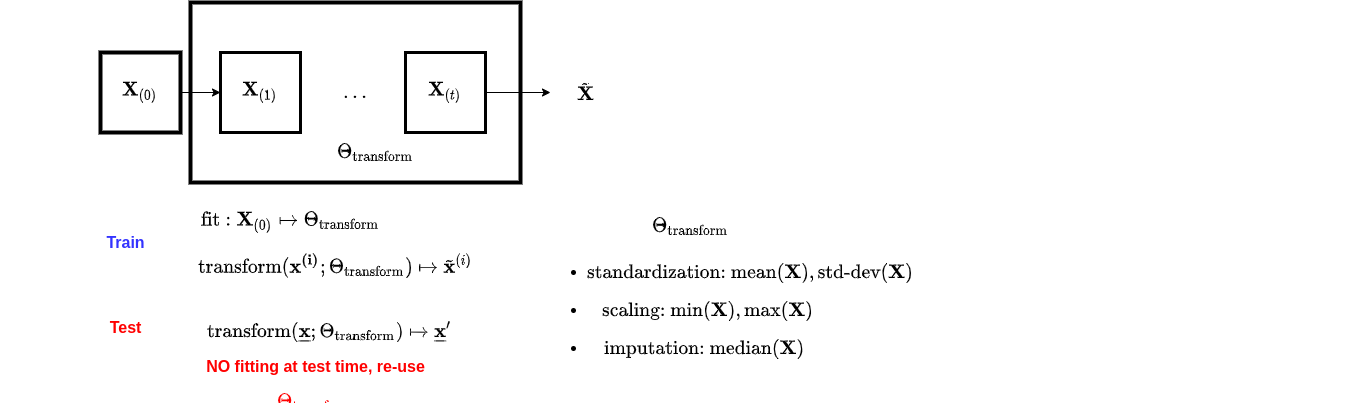
nyutandononline/MachineLearning_and_Finance_Teacher keeps this draw.io diagram as images/Feature_engineering_fit.png. Above is the earlier version. Source tidied: cells renumbered, new cells last; positions are measured from the earlier drawing's top-left corner, leaving out a move shared by most shapes. Source of this version:
```xml
<mxGraphModel math="1">
  <root>
    <mxCell id="0" />
    <mxCell id="1" parent="0" />
    <mxCell id="2" value="&lt;font style=&quot;font-size: 16px&quot;&gt;$$\ldots$$&lt;/font&gt;" style="rounded=0;whiteSpace=wrap;html=1;strokeWidth=4;" parent="1" vertex="1">
      <mxGeometry x="190" width="330" height="180" as="geometry" />
    </mxCell>
    <mxCell id="3" value="&lt;font style=&quot;font-size: 16px&quot;&gt;$$\mathbf{X}_{(0)}$$&lt;/font&gt;" style="whiteSpace=wrap;html=1;strokeWidth=4;" parent="1" vertex="1">
      <mxGeometry x="100" y="50" width="80" height="80" as="geometry" />
    </mxCell>
    <mxCell id="4" value="&lt;font style=&quot;font-size: 16px&quot;&gt;$$\mathbf{X}_{(1)}$$&lt;/font&gt;" style="whiteSpace=wrap;html=1;strokeWidth=3;" parent="1" vertex="1">
      <mxGeometry x="220" y="50" width="80" height="80" as="geometry" />
    </mxCell>
    <mxCell id="5" value="&lt;font style=&quot;font-size: 16px&quot;&gt;$$\mathbf{X}_{(t)}$$&lt;/font&gt;" style="whiteSpace=wrap;html=1;strokeWidth=3;" parent="1" vertex="1">
      <mxGeometry x="405" y="50" width="80" height="80" as="geometry" />
    </mxCell>
    <mxCell id="6" style="edgeStyle=orthogonalEdgeStyle;rounded=0;orthogonalLoop=1;jettySize=auto;html=1;entryX=0;entryY=0.5;entryDx=0;entryDy=0;" parent="1" edge="1">
      <mxGeometry relative="1" as="geometry">
        <mxPoint x="345" y="563" as="targetPoint" />
      </mxGeometry>
    </mxCell>
    <mxCell id="7" style="edgeStyle=orthogonalEdgeStyle;rounded=0;orthogonalLoop=1;jettySize=auto;html=1;exitX=1;exitY=0.5;exitDx=0;exitDy=0;entryX=0;entryY=0.5;entryDx=0;entryDy=0;" parent="1" edge="1">
      <mxGeometry relative="1" as="geometry">
        <mxPoint x="425" y="563" as="targetPoint" />
      </mxGeometry>
    </mxCell>
    <mxCell id="8" style="edgeStyle=orthogonalEdgeStyle;rounded=0;orthogonalLoop=1;jettySize=auto;html=1;exitX=1;exitY=0.5;exitDx=0;exitDy=0;entryX=0;entryY=0.5;entryDx=0;entryDy=0;" parent="1" edge="1">
      <mxGeometry relative="1" as="geometry">
        <mxPoint x="605" y="563" as="targetPoint" />
      </mxGeometry>
    </mxCell>
    <mxCell id="9" style="endArrow=classic;html=1;" parent="1" edge="1" source="3">
      <mxGeometry relative="1" as="geometry">
        <mxPoint x="220" y="90" as="targetPoint" />
      </mxGeometry>
    </mxCell>
    <mxCell id="10" style="endArrow=classic;html=1;exitX=1;exitY=0.5;exitDx=0;exitDy=0;" parent="1" edge="1" source="5">
      <mxGeometry relative="1" as="geometry">
        <mxPoint x="550" y="90" as="targetPoint" />
      </mxGeometry>
    </mxCell>
    <mxCell id="11" value="&lt;font style=&quot;font-size: 16px&quot;&gt;$$\tilde{\mathbf{X}}$$&lt;/font&gt;" style="text;html=1;align=center;verticalAlign=middle;" parent="1" vertex="1">
      <mxGeometry x="500" y="80" width="170" height="20" as="geometry" />
    </mxCell>
    <mxCell id="12" value="&lt;font style=&quot;font-size: 16px&quot;&gt;$$\text{fit}: \mathbf{X}_{(0)} \mapsto \Theta_\text{transform}$$&lt;/font&gt;" style="text;html=1;align=center;verticalAlign=middle;" parent="1" vertex="1">
      <mxGeometry x="60" y="210" width="460" height="20" as="geometry" />
    </mxCell>
    <mxCell id="13" value="&lt;font style=&quot;font-size: 16px&quot;&gt;&lt;b&gt;$$\Theta_\text{transform}$$&lt;/b&gt;&lt;/font&gt;" style="text;html=1;align=center;verticalAlign=middle;" parent="1" vertex="1">
      <mxGeometry x="260" y="140" width="230" height="20" as="geometry" />
    </mxCell>
    <mxCell id="14" value="&lt;span style=&quot;font-size: 16px&quot;&gt;$$\text{transform}(\mathbf{x^{(i)}}; \Theta_\text{transform} ) \mapsto \tilde{\mathbf{x}}^{(i)}$$&lt;/span&gt;" style="text;html=1;align=center;verticalAlign=middle;" parent="1" vertex="1">
      <mxGeometry y="252.5" width="670" height="20" as="geometry" />
    </mxCell>
    <mxCell id="15" value="&lt;font style=&quot;font-size: 16px&quot;&gt;$$\text{transform}(\mathbf{\underline{x}}; \Theta_\text{transform} ) \mapsto \mathbf{\underline{x}}'$$&lt;/font&gt;" style="text;html=1;" parent="1" vertex="1">
      <mxGeometry x="205" y="295" width="430" height="30" as="geometry" />
    </mxCell>
    <mxCell id="16" value="&lt;font style=&quot;font-size: 16px&quot;&gt;&lt;b&gt;Train&lt;/b&gt;&lt;/font&gt;" style="text;html=1;align=center;verticalAlign=middle;fontSize=16;fontColor=#3333FF;" parent="1" vertex="1">
      <mxGeometry x="100" y="230" width="50" height="20" as="geometry" />
    </mxCell>
    <mxCell id="17" value="&lt;font style=&quot;font-size: 16px&quot; color=&quot;#ff0000&quot;&gt;&lt;b&gt;Test&lt;/b&gt;&lt;/font&gt;" style="text;html=1;align=center;verticalAlign=middle;fontSize=16;fontColor=#3333FF;" parent="1" vertex="1">
      <mxGeometry x="100" y="315" width="50" height="20" as="geometry" />
    </mxCell>
    <mxCell id="18" value="&lt;b&gt;NO fitting at test time, re-use $$\Theta_\text{transform}$$&lt;/b&gt;" style="text;html=1;align=center;verticalAlign=middle;fontSize=16;fontColor=#FF0000;" parent="1" vertex="1">
      <mxGeometry x="90" y="380" width="450" height="20" as="geometry" />
    </mxCell>
    <mxCell id="19" value="&lt;div&gt;&lt;div&gt;&lt;font color=&quot;#000000&quot;&gt;&lt;br&gt;&lt;/font&gt;&lt;/div&gt;&lt;/div&gt;" style="text;html=1;align=center;verticalAlign=middle;fontSize=16;fontColor=#FF0000;" parent="1" vertex="1">
      <mxGeometry x="734" y="241" width="20" height="20" as="geometry" />
    </mxCell>
    <mxCell id="20" value="&lt;div&gt;&lt;br&gt;&lt;/div&gt;" style="text;html=1;align=center;verticalAlign=middle;fontSize=16;fontColor=#FF0000;" parent="1" vertex="1">
      <mxGeometry x="692" y="269" width="20" height="20" as="geometry" />
    </mxCell>
    <mxCell id="21" value="&lt;font style=&quot;font-size: 16px&quot;&gt;&lt;br&gt;&lt;ul&gt;&lt;li&gt;&lt;font style=&quot;font-size: 16px&quot;&gt;$$\text{standardization: mean}(\mathbf{X}), \text{std-dev}(\mathbf{X})$$&lt;/font&gt;&lt;/li&gt;&lt;li style=&quot;text-align: justify&quot;&gt;&lt;font style=&quot;font-size: 16px&quot;&gt;$$\text{scaling: min}(\mathbf{X}), \text{max}(\mathbf{X})\, \, \, \, \, \, \, \, \, \, \, \, \, \, \, \, \, \, \, \, \,&amp;nbsp; \, \, \, \, \,$$&lt;/font&gt;&lt;/li&gt;&lt;li&gt;&lt;font style=&quot;font-size: 16px&quot;&gt;$$\text{imputation: median}(\mathbf{X}) \, \,&amp;nbsp; \, \, \, \, \, \, \, \, \, \, \, \, \, \, \, \, \, \, \, \, \,&amp;nbsp; \, \, \, \, \,$$&lt;/font&gt;&lt;/li&gt;&lt;/ul&gt;&lt;/font&gt;" style="text;html=1;align=left;verticalAlign=middle;" parent="1" vertex="1">
      <mxGeometry x="545" y="254" width="810" height="90" as="geometry" />
    </mxCell>
    <mxCell id="22" value="&lt;font style=&quot;font-size: 16px&quot;&gt;$$\Theta_\text{transform}$$&lt;/font&gt;" style="text;html=1;align=center;verticalAlign=middle;" parent="1" vertex="1">
      <mxGeometry x="585" y="214" width="210" height="20" as="geometry" />
    </mxCell>
  </root>
</mxGraphModel>
```
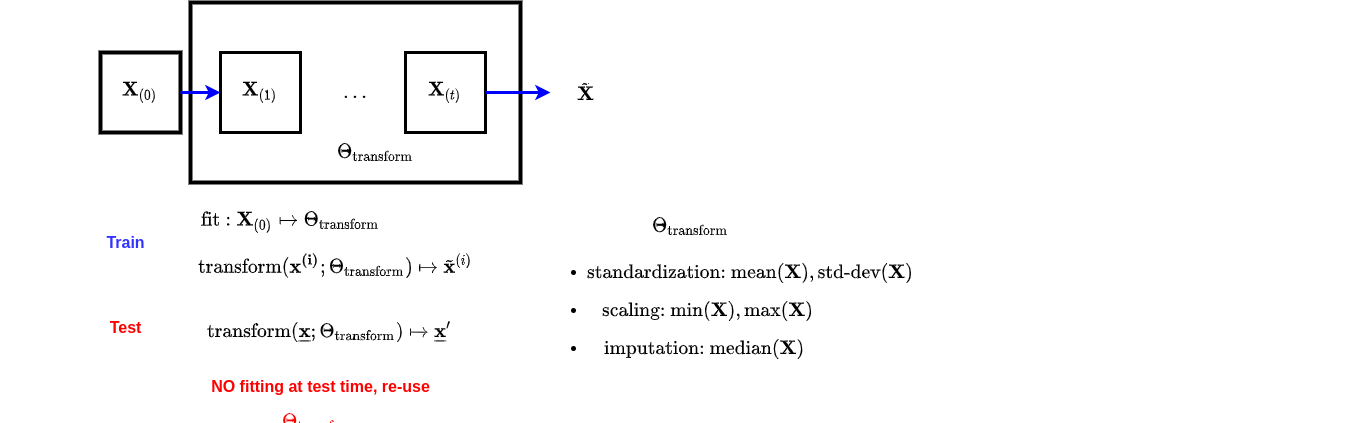
The same file after the commit.

Change to the diagram source:
```diff
@@ -16,30 +16,30 @@
     </mxCell>
     <mxCell id="6" style="edgeStyle=orthogonalEdgeStyle;rounded=0;orthogonalLoop=1;jettySize=auto;html=1;entryX=0;entryY=0.5;entryDx=0;entryDy=0;" parent="1" edge="1">
       <mxGeometry relative="1" as="geometry">
-        <mxPoint x="345" y="563" as="targetPoint" />
+        <mxPoint x="330" y="523" as="targetPoint" />
       </mxGeometry>
     </mxCell>
     <mxCell id="7" style="edgeStyle=orthogonalEdgeStyle;rounded=0;orthogonalLoop=1;jettySize=auto;html=1;exitX=1;exitY=0.5;exitDx=0;exitDy=0;entryX=0;entryY=0.5;entryDx=0;entryDy=0;" parent="1" edge="1">
       <mxGeometry relative="1" as="geometry">
-        <mxPoint x="425" y="563" as="targetPoint" />
+        <mxPoint x="410" y="523" as="targetPoint" />
       </mxGeometry>
     </mxCell>
     <mxCell id="8" style="edgeStyle=orthogonalEdgeStyle;rounded=0;orthogonalLoop=1;jettySize=auto;html=1;exitX=1;exitY=0.5;exitDx=0;exitDy=0;entryX=0;entryY=0.5;entryDx=0;entryDy=0;" parent="1" edge="1">
       <mxGeometry relative="1" as="geometry">
-        <mxPoint x="605" y="563" as="targetPoint" />
+        <mxPoint x="590" y="523" as="targetPoint" />
       </mxGeometry>
     </mxCell>
-    <mxCell id="9" style="endArrow=classic;html=1;" parent="1" edge="1" source="3">
+    <mxCell id="9" style="endArrow=classic;html=1;strokeWidth=3;strokeColor=#0000ff;" parent="1" edge="1" source="3">
       <mxGeometry relative="1" as="geometry">
         <mxPoint x="220" y="90" as="targetPoint" />
       </mxGeometry>
     </mxCell>
-    <mxCell id="10" style="endArrow=classic;html=1;exitX=1;exitY=0.5;exitDx=0;exitDy=0;" parent="1" edge="1" source="5">
+    <mxCell id="10" style="endArrow=classic;html=1;exitX=1;exitY=0.5;exitDx=0;exitDy=0;strokeWidth=3;strokeColor=#0000FF;" parent="1" edge="1" source="5">
       <mxGeometry relative="1" as="geometry">
         <mxPoint x="550" y="90" as="targetPoint" />
       </mxGeometry>
     </mxCell>
-    <mxCell id="11" value="&lt;font style=&quot;font-size: 16px&quot;&gt;$$\tilde{\mathbf{X}}$$&lt;/font&gt;" style="text;html=1;align=center;verticalAlign=middle;" parent="1" vertex="1">
+    <mxCell id="11" value="&lt;font style=&quot;font-size: 16px&quot;&gt;$$\tilde{\mathbf{X}}$$&lt;/font&gt;" style="text;html=1;align=center;verticalAlign=middle;strokeWidth=3;" parent="1" vertex="1">
       <mxGeometry x="500" y="80" width="170" height="20" as="geometry" />
     </mxCell>
     <mxCell id="12" value="&lt;font style=&quot;font-size: 16px&quot;&gt;$$\text{fit}: \mathbf{X}_{(0)} \mapsto \Theta_\text{transform}$$&lt;/font&gt;" style="text;html=1;align=center;verticalAlign=middle;" parent="1" vertex="1">
@@ -61,7 +61,7 @@
       <mxGeometry x="100" y="315" width="50" height="20" as="geometry" />
     </mxCell>
     <mxCell id="18" value="&lt;b&gt;NO fitting at test time, re-use $$\Theta_\text{transform}$$&lt;/b&gt;" style="text;html=1;align=center;verticalAlign=middle;fontSize=16;fontColor=#FF0000;" parent="1" vertex="1">
-      <mxGeometry x="90" y="380" width="450" height="20" as="geometry" />
+      <mxGeometry x="95" y="400" width="450" height="20" as="geometry" />
     </mxCell>
     <mxCell id="19" value="&lt;div&gt;&lt;div&gt;&lt;font color=&quot;#000000&quot;&gt;&lt;br&gt;&lt;/font&gt;&lt;/div&gt;&lt;/div&gt;" style="text;html=1;align=center;verticalAlign=middle;fontSize=16;fontColor=#FF0000;" parent="1" vertex="1">
       <mxGeometry x="734" y="241" width="20" height="20" as="geometry" />
```
